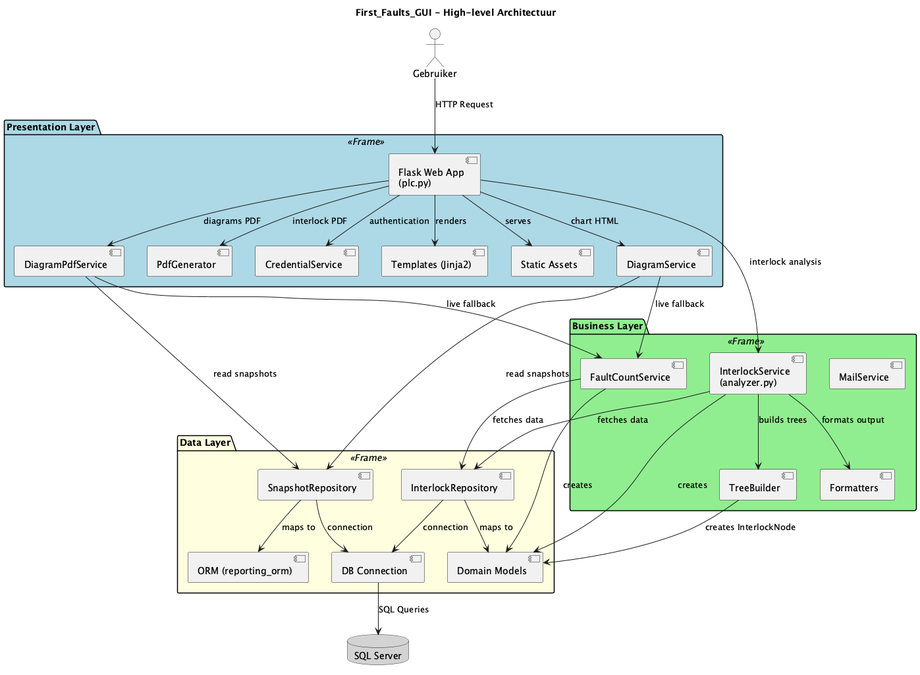
The PlantUML diagram docs/HighLevelArchitectureDiagram.png in bucofski/First_Faults_GUI, before a commit.
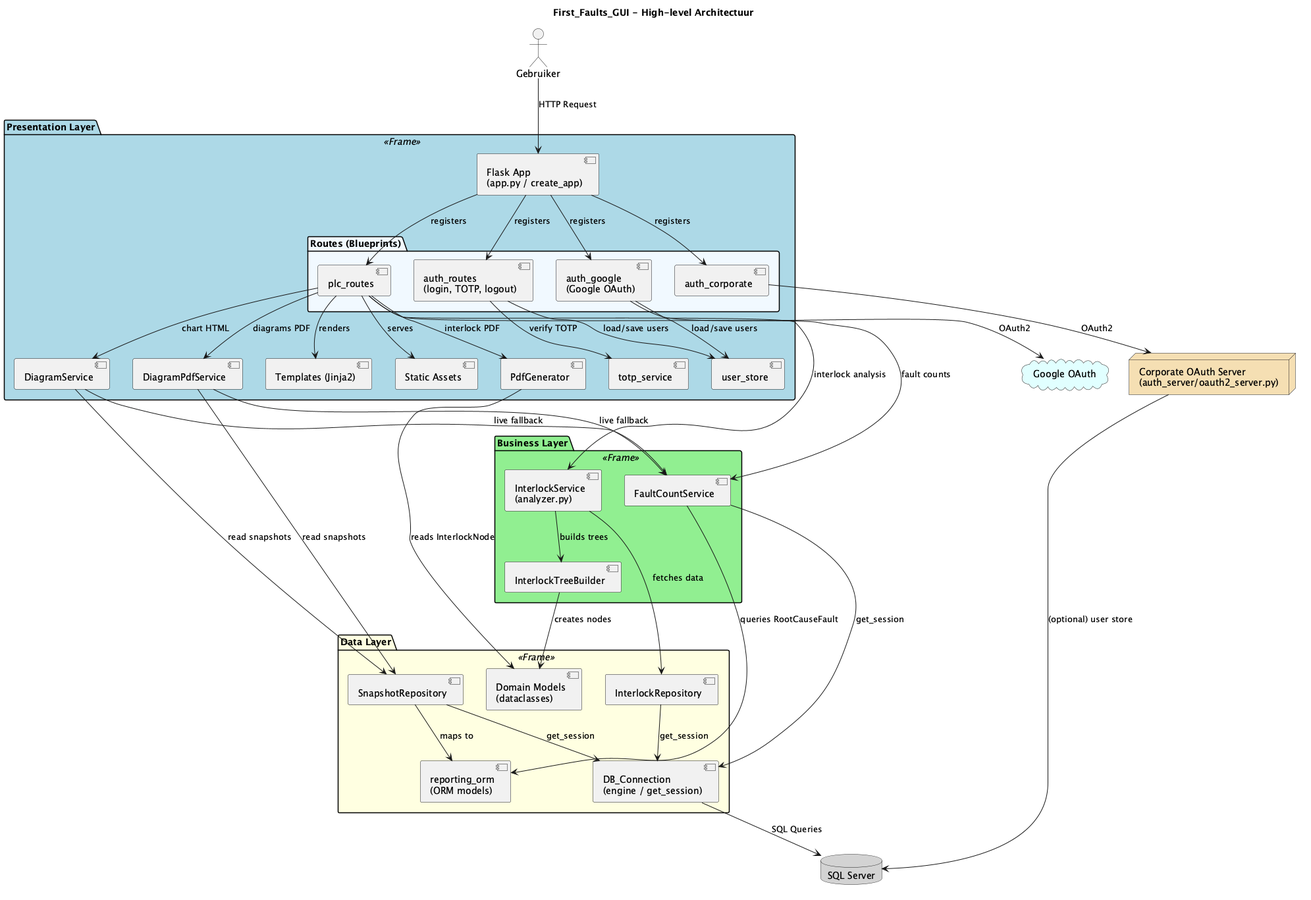
After the commit.

Commit message:
refactor(docs): update architecture diagram and README for revised app structure

Change to the diagram source:
```diff
@@ -1,70 +1,87 @@
-@startuml High-level Architecture
+@startuml HighLevelArchitectureDiagram
 
 skinparam componentStyle uml2
 skinparam backgroundColor white
-skinparam handwritten false
 
 title First_Faults_GUI - High-level Architectuur
 
 actor "Gebruiker" as user
 
 package "Presentation Layer" <<Frame>> #LightBlue {
-    [Flask Web App\n(plc.py)] as flask
-    [Templates (Jinja2)] as templates
-    [Static Assets] as static
+    [Flask App\n(app.py / create_app)] as flask
+
+    package "Routes (Blueprints)" #AliceBlue {
+        [plc_routes] as plcroutes
+        [auth_routes\n(login, TOTP, logout)] as authroutes
+        [auth_google\n(Google OAuth)] as authgoogle
+        [auth_corporate] as authcorp
+    }
+
     [DiagramService] as diagram
     [DiagramPdfService] as diagrampdf
     [PdfGenerator] as pdf
-    [CredentialService] as cred
+    [totp_service] as totp
+    [user_store] as userstore
+
+    [Templates (Jinja2)] as templates
+    [Static Assets] as static
 }
 
 package "Business Layer" <<Frame>> #LightGreen {
     [InterlockService\n(analyzer.py)] as analyzer
     [FaultCountService] as faultcount
-    [TreeBuilder] as tree
-    [Formatters] as formatters
-    [MailService] as mail
+    [InterlockTreeBuilder] as tree
 }
 
 package "Data Layer" <<Frame>> #LightYellow {
     [InterlockRepository] as repo
     [SnapshotRepository] as snaprepo
-    [DB Connection] as dbconn
-    [Domain Models] as models
-    [ORM (reporting_orm)] as orm
+    [DB_Connection\n(engine / get_session)] as dbconn
+    [Domain Models\n(dataclasses)] as models
+    [reporting_orm\n(ORM models)] as orm
 }
 
+node "Corporate OAuth Server\n(auth_server/oauth2_server.py)" as oauthsrv #Wheat
+cloud "Google OAuth" as google #LightCyan
 database "SQL Server" as db #LightGray
 
 user --> flask : HTTP Request
-flask --> templates : renders
-flask --> static : serves
-flask --> diagram : chart HTML
-flask --> analyzer : interlock analysis
-flask --> pdf : interlock PDF
-flask --> diagrampdf : diagrams PDF
-flask --> cred : authentication
+flask --> plcroutes : registers
+flask --> authroutes : registers
+flask --> authgoogle : registers
+flask --> authcorp : registers
+
+plcroutes --> templates : renders
+plcroutes --> static : serves
+
+authroutes --> totp : verify TOTP
+authroutes --> userstore : load/save users
+authgoogle --> userstore : load/save users
+authgoogle --> google : OAuth2
+authcorp --> oauthsrv : OAuth2
+
+plcroutes --> analyzer : interlock analysis
+plcroutes --> faultcount : fault counts
+plcroutes --> diagram : chart HTML
+plcroutes --> diagrampdf : diagrams PDF
+plcroutes --> pdf : interlock PDF
 
 diagram --> snaprepo : read snapshots
 diagram --> faultcount : live fallback
-
 diagrampdf --> snaprepo : read snapshots
 diagrampdf --> faultcount : live fallback
+pdf --> models : reads InterlockNode
 
 analyzer --> tree : builds trees
-analyzer --> formatters : formats output
 analyzer --> repo : fetches data
-analyzer --> models : creates
+tree --> models : creates nodes
+faultcount --> dbconn : get_session
+faultcount --> orm : queries RootCauseFault
 
-faultcount --> repo : fetches data
-faultcount --> models : creates
-
-tree --> models : creates InterlockNode
-
-repo --> dbconn : connection
-repo --> models : maps to
-snaprepo --> dbconn : connection
+repo --> dbconn : get_session
+snaprepo --> dbconn : get_session
 snaprepo --> orm : maps to
 dbconn --> db : SQL Queries
+oauthsrv --> db : (optional) user store
 
 @enduml
```
